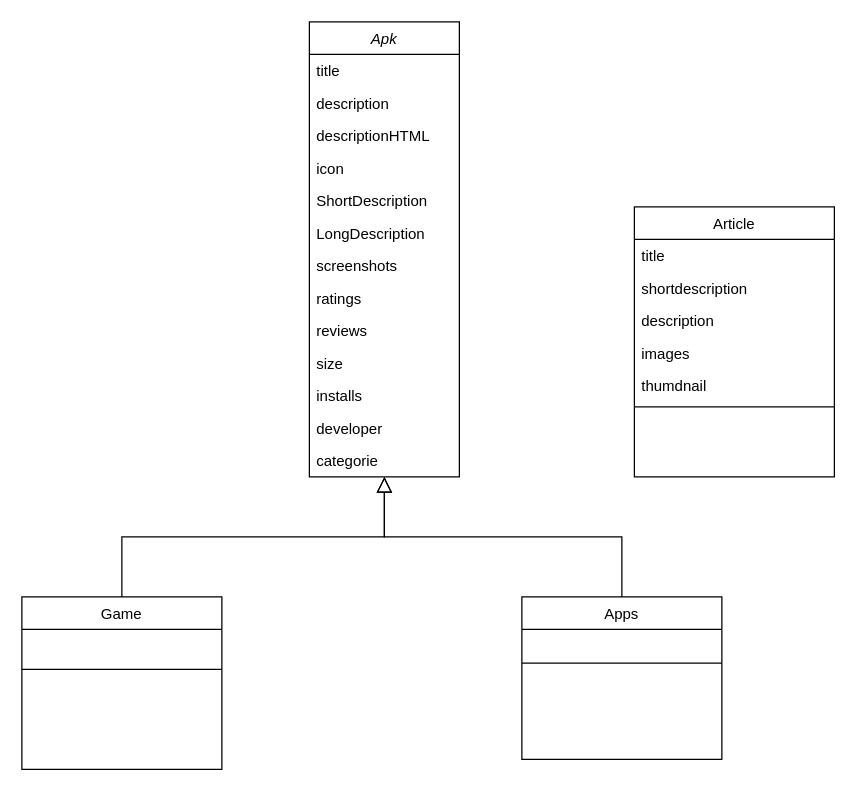
The draw.io diagram page "diagrame de class" (1 of 4) of Diagramme sans nom.drawio in amine-ui/Test-React, before the edit. Source tidied: cells renumbered, new cells numbered last; positions are measured from the earlier drawing's top-left corner, leaving out a move shared by most shapes. Both pictures are drawn from the tidied source at 125%, with x=0, y=0 at pixel (21, 21).
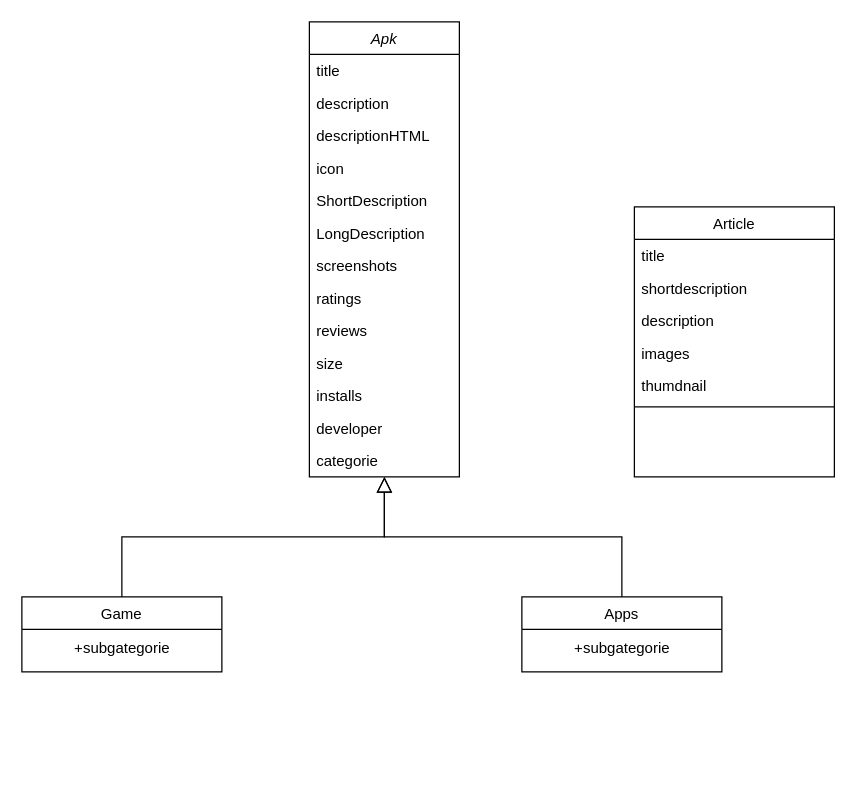
The same page after the edit.

Commit message:
Mettre à jour Diagramme sans nom.drawio

Change to the diagram source:
```diff
@@
     <mxCell id="16" value="Game" style="swimlane;fontStyle=0;align=center;verticalAlign=top;horizontal=1;startSize=26;rounded=0;shadow=0;strokeWidth=1;" parent="1" vertex="1">
-      <mxGeometry y="460" width="160" height="138" as="geometry" />
+      <mxGeometry y="460" width="160" height="60" as="geometry" />
     </mxCell>
-    <mxCell id="17" style="line;html=1;strokeWidth=1;align=left;verticalAlign=middle;spacingTop=-1;spacingLeft=3;spacingRight=3;labelPosition=right;" parent="16" vertex="1">
-      <mxGeometry y="26" width="160" height="64" as="geometry" />
-    </mxCell>
+    <mxCell id="29" value="+subgategorie" style="text;html=1;align=center;verticalAlign=middle;strokeColor=none;fillColor=none;" parent="16" vertex="1">
+      <mxGeometry y="26" width="160" height="30" as="geometry" />
+    </mxCell>
@@
     <mxCell id="19" value="Apps" style="swimlane;fontStyle=0;align=center;verticalAlign=top;horizontal=1;startSize=26;rounded=0;shadow=0;strokeWidth=1;" parent="1" vertex="1">
-      <mxGeometry x="400" y="460" width="160" height="130" as="geometry" />
+      <mxGeometry x="400" y="460" width="160" height="60" as="geometry" />
     </mxCell>
-    <mxCell id="20" style="line;html=1;strokeWidth=1;align=left;verticalAlign=middle;spacingTop=-1;spacingLeft=3;spacingRight=3;labelPosition=right;" parent="19" vertex="1">
-      <mxGeometry y="26" width="160" height="54" as="geometry" />
-    </mxCell>
+    <mxCell id="30" value="+subgategorie" style="text;html=1;align=center;verticalAlign=middle;strokeColor=none;fillColor=none;" parent="19" vertex="1">
+      <mxGeometry y="26" width="160" height="30" as="geometry" />
+    </mxCell>
```
